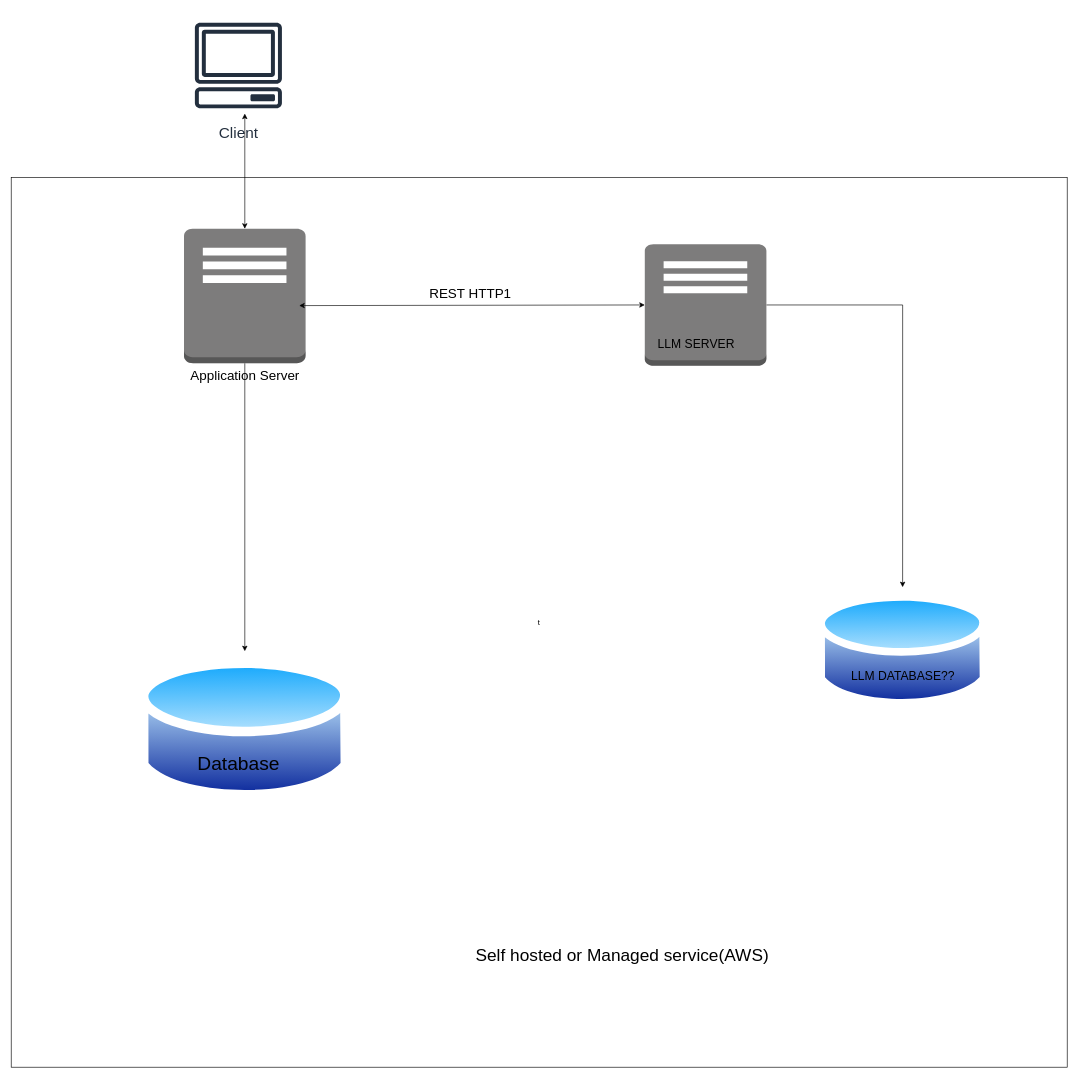
Above: arch.drawio in nero2009/drawio-repo (draw.io), before the change. Source tidied: cells renumbered, new cells numbered last; positions are measured from the earlier drawing's top-left corner, leaving out a move shared by most shapes. Both pictures are drawn from the tidied source at 64%, with x=0, y=0 at pixel (11, 11).
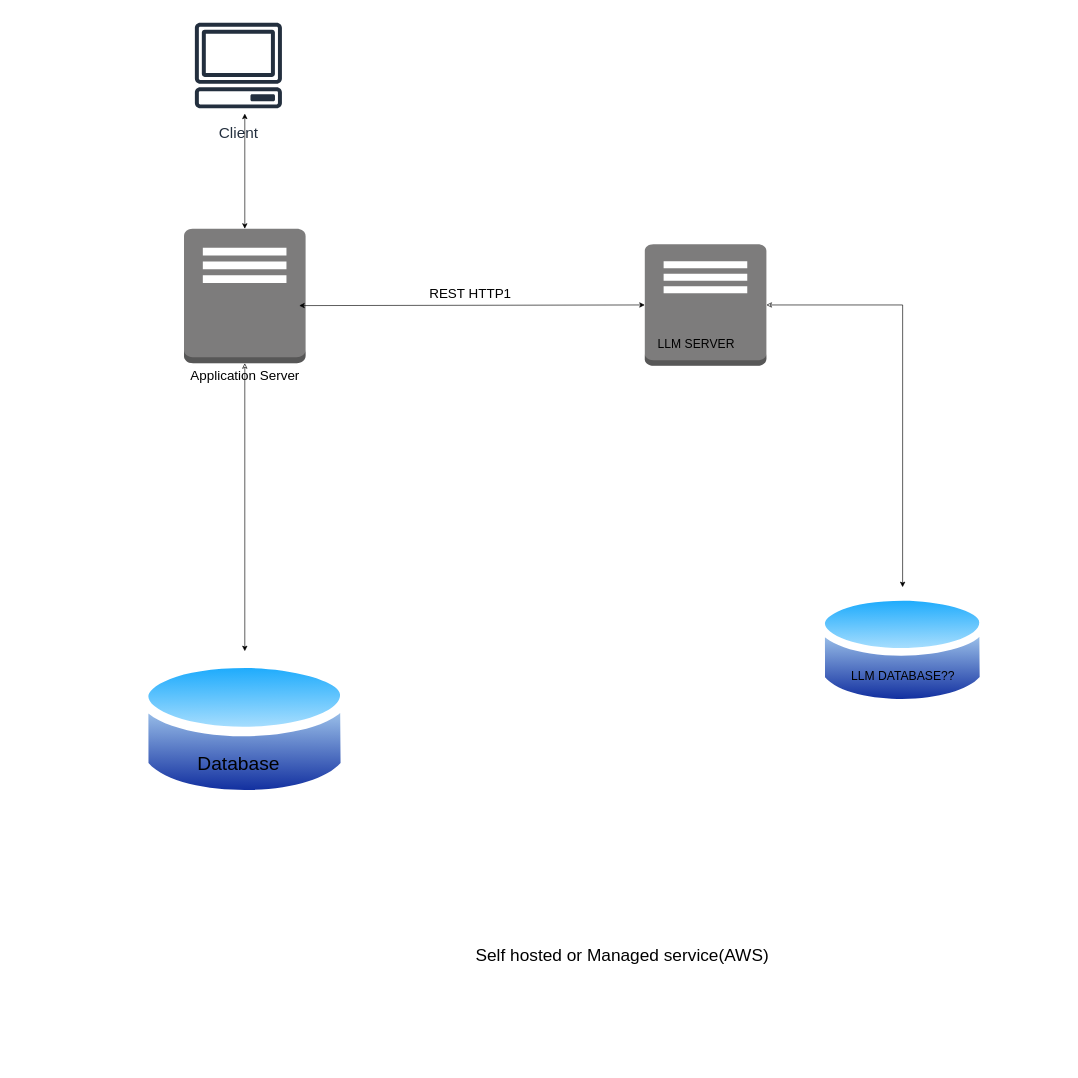
After the change.

The edit, as a diff of the source:
```diff
@@
 <mxGraphModel>
   <root>
     <mxCell id="0" />
     <mxCell id="1" parent="0" />
-    <mxCell id="2" value="t" style="rounded=0;whiteSpace=wrap;html=1;" parent="1" vertex="1">
-      <mxGeometry y="260" width="1650" height="1390" as="geometry" />
-    </mxCell>
     <mxCell id="3" style="image;perimeter=ellipsePerimeter;html=1;align=center;shadow=0;dashed=0;spacingTop=3;image=img/lib/active_directory/database.svg;" parent="1" vertex="1">
       <mxGeometry x="200" y="1000" width="330" height="244.2" as="geometry" />
     </mxCell>
     <mxCell id="4" value="&lt;font style=&quot;font-size: 30px;&quot;&gt;Database&lt;/font&gt;" style="text;html=1;align=center;verticalAlign=middle;strokeColor=none;fillColor=none;" parent="1" vertex="1">
       <mxGeometry x="280" y="1150" width="150" height="50" as="geometry" />
     </mxCell>
-    <mxCell id="5" style="edgeStyle=orthogonalEdgeStyle;rounded=0;jettySize=auto;html=1;" parent="1" edge="1" source="6" target="10">
+    <mxCell id="5" style="edgeStyle=orthogonalEdgeStyle;rounded=0;jettySize=auto;html=1;strokeColor=default;startArrow=classic;startFill=0;" parent="1" edge="1" source="6" target="10">
       <mxGeometry relative="1" as="geometry" />
     </mxCell>
     <mxCell id="6" style="outlineConnect=0;dashed=0;verticalLabelPosition=bottom;verticalAlign=top;align=center;html=1;shape=mxgraph.aws3.traditional_server;fillColor=#7D7C7C;gradientColor=none;" parent="1" vertex="1">
       <mxGeometry x="990" y="364" width="190" height="190" as="geometry" />
     </mxCell>
     <mxCell id="7" value="&lt;font style=&quot;font-size: 19px;&quot;&gt;LLM SERVER&lt;/font&gt;" style="text;html=1;align=center;verticalAlign=middle;strokeColor=none;fillColor=none;" parent="1" vertex="1">
       <mxGeometry x="1000" y="500" width="140" height="40" as="geometry" />
     </mxCell>
-    <mxCell id="8" style="edgeStyle=orthogonalEdgeStyle;rounded=0;jettySize=auto;html=1;" parent="1" edge="1" source="9" target="3">
+    <mxCell id="8" style="edgeStyle=orthogonalEdgeStyle;rounded=0;jettySize=auto;html=1;startArrow=classic;startFill=0;" parent="1" edge="1" source="9" target="3">
       <mxGeometry relative="1" as="geometry" />
     </mxCell>
     <mxCell id="9" value="&lt;font style=&quot;font-size: 21px;&quot;&gt;Application Server&lt;/font&gt;" style="outlineConnect=0;dashed=0;verticalLabelPosition=bottom;verticalAlign=top;align=center;html=1;shape=mxgraph.aws3.traditional_server;fillColor=#7D7C7C;gradientColor=none;" parent="1" vertex="1">
       <mxGeometry x="270" y="340" width="190" height="210" as="geometry" />
     </mxCell>
     <mxCell id="10" style="image;perimeter=ellipsePerimeter;html=1;align=center;shadow=0;dashed=0;spacingTop=3;image=img/lib/active_directory/database.svg;" parent="1" vertex="1">
       <mxGeometry x="1260" y="900" width="265.7" height="196.6" as="geometry" />
     </mxCell>
     <mxCell id="11" value="&lt;font style=&quot;font-size: 19px;&quot;&gt;LLM DATABASE??&lt;/font&gt;" style="text;html=1;align=center;verticalAlign=middle;strokeColor=none;fillColor=none;" parent="1" vertex="1">
       <mxGeometry x="1297.8" y="1020" width="190" height="40" as="geometry" />
     </mxCell>
     <mxCell id="12" value="&lt;span style=&quot;font-size: 21px;&quot;&gt;REST HTTP1&amp;nbsp;&lt;/span&gt;" style="text;html=1;align=center;verticalAlign=middle;strokeColor=none;fillColor=none;" parent="1" vertex="1">
       <mxGeometry x="640" y="420" width="160" height="40" as="geometry" />
     </mxCell>
     <mxCell id="13" style="endArrow=classic;startArrow=classic;html=1;rounded=0;entryX=0;entryY=0.5;entryDx=0;entryDy=0;entryPerimeter=0;" parent="1" edge="1" target="6">
       <mxGeometry relative="1" as="geometry">
         <mxPoint x="450" y="460" as="sourcePoint" />
       </mxGeometry>
     </mxCell>
     <mxCell id="14" value="&lt;font style=&quot;font-size: 24px;&quot;&gt;Client&lt;/font&gt;" style="sketch=0;fontColor=#232F3E;gradientColor=none;strokeColor=#232F3E;fillColor=#ffffff;dashed=0;verticalLabelPosition=bottom;verticalAlign=top;align=center;html=1;fontSize=12;fontStyle=0;shape=mxgraph.aws4.resourceIcon;resIcon=mxgraph.aws4.client;" parent="1" vertex="1">
       <mxGeometry x="270" width="170" height="170" as="geometry" />
     </mxCell>
     <mxCell id="15" style="endArrow=classic;startArrow=classic;html=1;rounded=0;exitX=0.5;exitY=0;exitDx=0;exitDy=0;exitPerimeter=0;" parent="1" edge="1" source="9">
       <mxGeometry relative="1" as="geometry">
         <mxPoint x="365" y="160" as="targetPoint" />
       </mxGeometry>
     </mxCell>
     <mxCell id="16" value="&lt;font style=&quot;font-size: 27px;&quot;&gt;Self hosted or Managed service(AWS)&lt;/font&gt;" style="text;html=1;align=center;verticalAlign=middle;whiteSpace=wrap;rounded=0;" parent="1" vertex="1">
       <mxGeometry x="630" y="1460" width="650" height="30" as="geometry" />
     </mxCell>
   </root>
 </mxGraphModel>
```
